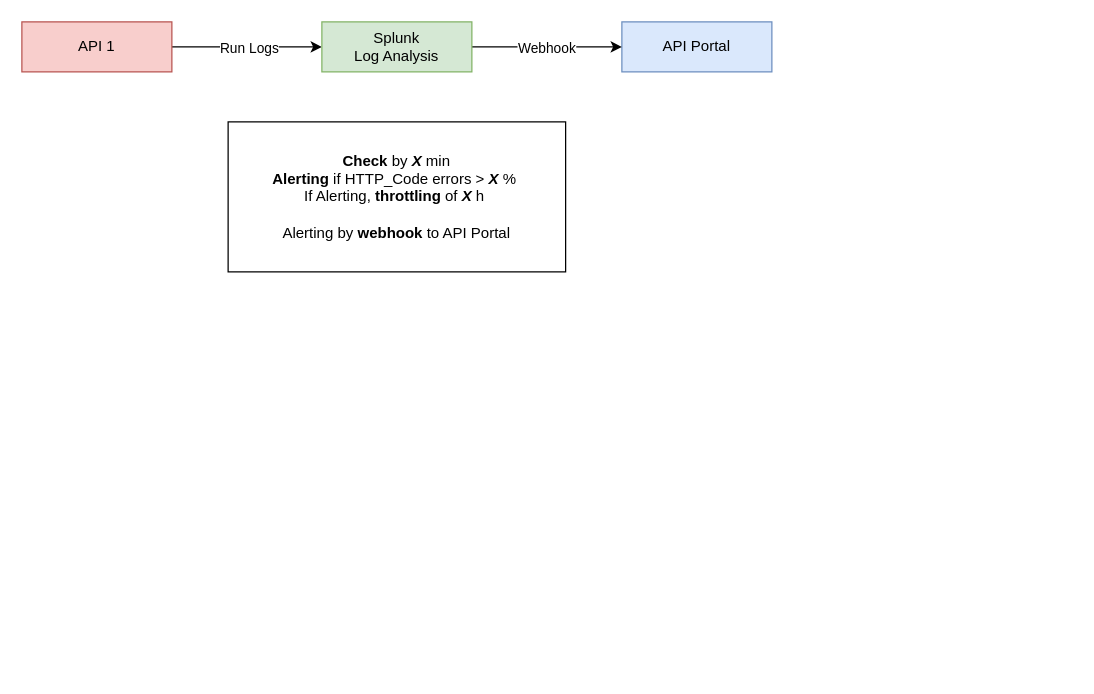
The draw.io diagram page "Page-3" (3 of 4) of supervision.drawio in 41M3/draw.io, before the edit. Source tidied: cells renumbered, new cells numbered last; positions are measured from the earlier drawing's top-left corner, leaving out a move shared by most shapes. Both pictures are drawn from the tidied source at 125%, with x=0, y=0 at pixel (21, 21).
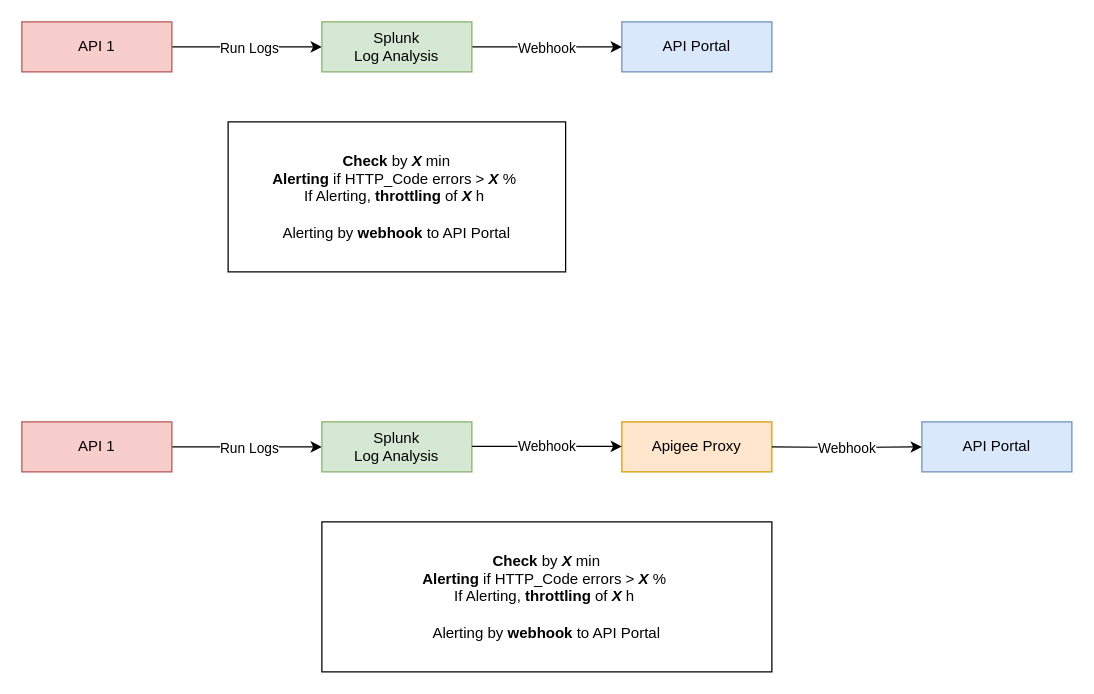
After the change.

Commit message:
Mettre à jour supervision.drawio

The edit, as a diff of the source:
```diff
@@
+    <mxCell id="10" style="edgeStyle=orthogonalEdgeStyle;rounded=0;jettySize=auto;html=1;" parent="1" edge="1" source="12" target="13">
+      <mxGeometry relative="1" as="geometry" />
+    </mxCell>
+    <mxCell id="11" value="Run Logs" style="edgeLabel;html=1;align=center;verticalAlign=middle;" parent="10" vertex="1">
+      <mxGeometry x="0.16" y="-1" relative="1" as="geometry">
+        <mxPoint x="-9" y="-1" as="offset" />
+      </mxGeometry>
+    </mxCell>
+    <mxCell id="12" value="API 1" style="rounded=0;whiteSpace=wrap;html=1;fillColor=#f8cecc;strokeColor=#b85450;" parent="1" vertex="1">
+      <mxGeometry y="320" width="120" height="40" as="geometry" />
+    </mxCell>
+    <mxCell id="13" value="Splunk&lt;br&gt;Log Analysis" style="rounded=0;whiteSpace=wrap;html=1;fillColor=#d5e8d4;strokeColor=#82b366;" parent="1" vertex="1">
+      <mxGeometry x="240" y="320" width="120" height="40" as="geometry" />
+    </mxCell>
+    <mxCell id="14" value="&lt;b&gt;Check&lt;/b&gt; by &lt;i&gt;&lt;b&gt;X&amp;nbsp;&lt;/b&gt;&lt;/i&gt;min&lt;div&gt;&lt;b&gt;Alerting&lt;/b&gt; if HTTP_Code errors &amp;gt; &lt;i&gt;&lt;b&gt;X&lt;/b&gt;&lt;/i&gt; %&amp;nbsp;&lt;br&gt;&lt;div&gt;If Alerting, &lt;b&gt;throttling&lt;/b&gt; of &lt;b&gt;&lt;i&gt;X&amp;nbsp;&lt;/i&gt;&lt;/b&gt;h&amp;nbsp;&lt;/div&gt;&lt;div&gt;&lt;br&gt;&lt;/div&gt;&lt;div&gt;&lt;span style=&quot;background-color: initial;&quot;&gt;Alerting by &lt;/span&gt;&lt;b style=&quot;background-color: initial;&quot;&gt;webhook&lt;/b&gt;&lt;span style=&quot;background-color: initial;&quot;&gt; to API Portal&lt;/span&gt;&lt;br&gt;&lt;/div&gt;&lt;/div&gt;" style="rounded=0;whiteSpace=wrap;html=1;" parent="1" vertex="1">
+      <mxGeometry x="240" y="400" width="360" height="120" as="geometry" />
+    </mxCell>
+    <mxCell id="15" value="Apigee Proxy" style="rounded=0;whiteSpace=wrap;html=1;fillColor=#ffe6cc;strokeColor=#d79b00;" parent="1" vertex="1">
+      <mxGeometry x="480" y="320" width="120" height="40" as="geometry" />
+    </mxCell>
+    <mxCell id="16" value="API Portal" style="rounded=0;whiteSpace=wrap;html=1;fillColor=#dae8fc;strokeColor=#6c8ebf;" parent="1" vertex="1">
+      <mxGeometry x="720" y="320" width="120" height="40" as="geometry" />
+    </mxCell>
+    <mxCell id="17" style="edgeStyle=orthogonalEdgeStyle;rounded=0;jettySize=auto;html=1;entryX=0;entryY=0.5;entryDx=0;entryDy=0;" parent="1" edge="1" target="16">
+      <mxGeometry relative="1" as="geometry">
+        <mxPoint x="600" y="340" as="sourcePoint" />
+      </mxGeometry>
+    </mxCell>
+    <mxCell id="18" value="Webhook" style="edgeLabel;html=1;align=center;verticalAlign=middle;" parent="17" vertex="1">
+      <mxGeometry x="0.04" y="1" relative="1" as="geometry">
+        <mxPoint x="-3" y="1" as="offset" />
+      </mxGeometry>
+    </mxCell>
+    <mxCell id="19" style="edgeStyle=orthogonalEdgeStyle;rounded=0;orthogonalLoop=1;jettySize=auto;html=1;entryX=0;entryY=0.5;entryDx=0;entryDy=0;" parent="1" edge="1">
+      <mxGeometry relative="1" as="geometry">
+        <mxPoint x="360" y="339.6" as="sourcePoint" />
+        <mxPoint x="480" y="339.6" as="targetPoint" />
+      </mxGeometry>
+    </mxCell>
+    <mxCell id="20" value="Webhook" style="edgeLabel;html=1;align=center;verticalAlign=middle;" parent="19" vertex="1">
+      <mxGeometry x="0.04" y="1" relative="1" as="geometry">
+        <mxPoint x="-3" y="1" as="offset" />
+      </mxGeometry>
+    </mxCell>
```
